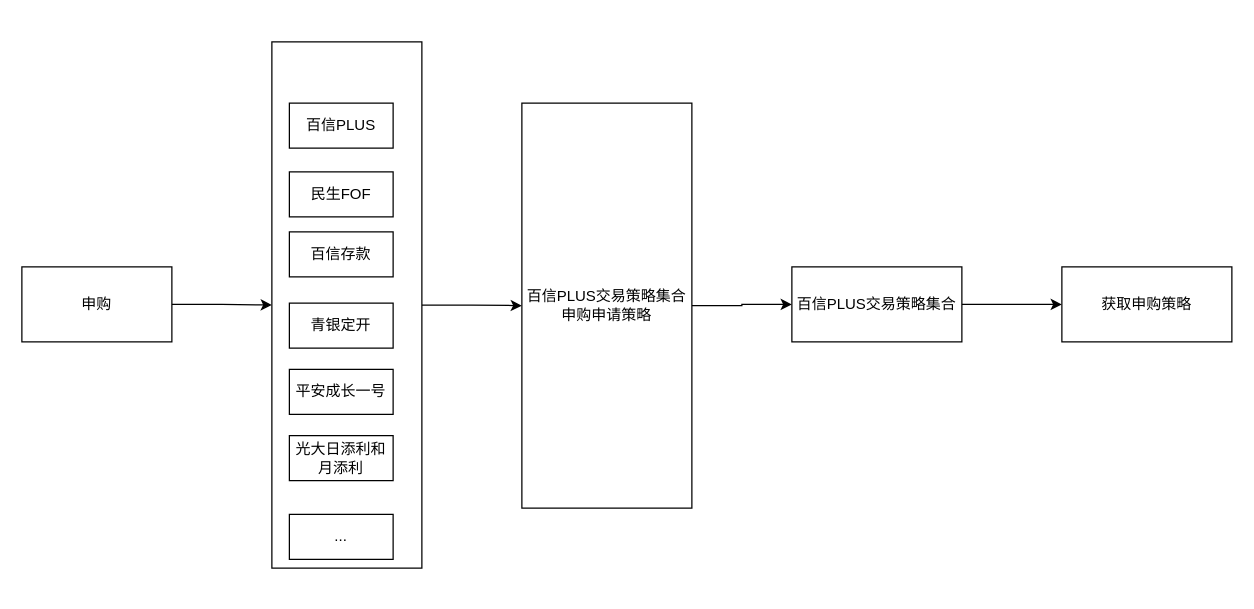
nsdifficult/DownloadWhilePlaying keeps this draw.io diagram as Untitled Diagram.drawio. Above is the earlier version. Source tidied: cells renumbered, new cells numbered last; positions are measured from the earlier drawing's top-left corner, leaving out a move shared by most shapes. Both pictures are drawn from the tidied source at 125%, with x=0, y=0 at pixel (21, 41).
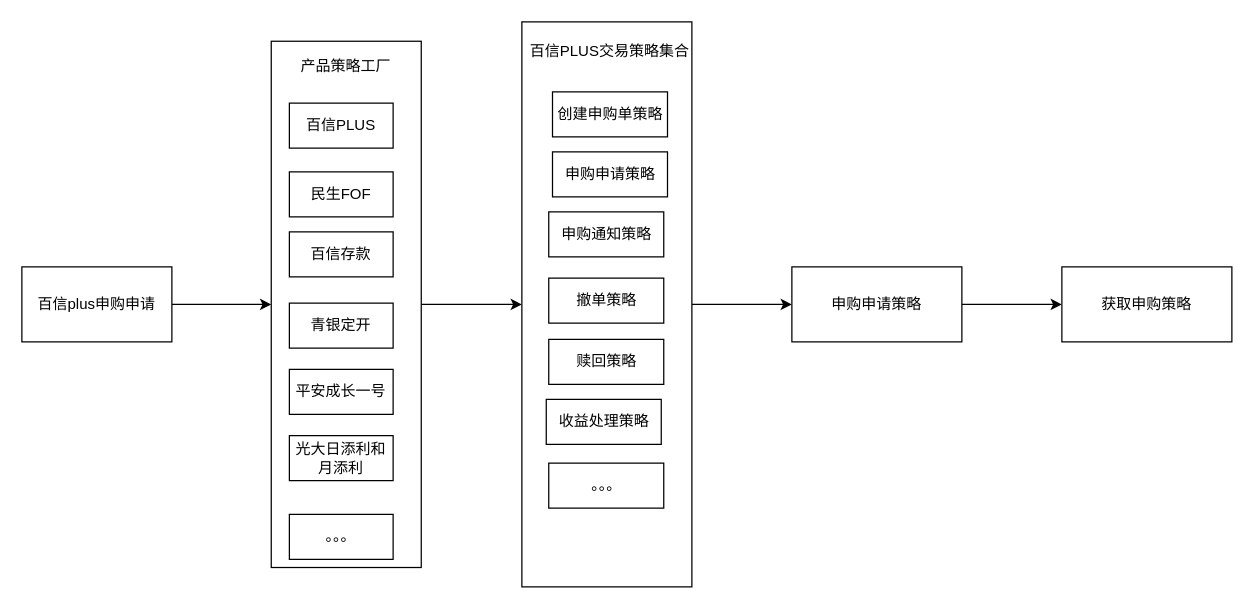
Above is the later version.

The edit, as a diff of the source:
```diff
@@
-    <mxCell id="3" value="申购" style="rounded=0;whiteSpace=wrap;html=1;" parent="1" vertex="1">
+    <mxCell id="3" value="百信plus申购申请" style="rounded=0;whiteSpace=wrap;html=1;" parent="1" vertex="1">
       <mxGeometry y="180" width="120" height="60" as="geometry" />
     </mxCell>
@@
     <mxCell id="5" style="whiteSpace=wrap;html=1;rounded=0;" parent="1" vertex="1">
-      <mxGeometry x="200" width="120" height="421" as="geometry" />
+      <mxGeometry x="199.5" y="-0.5" width="120" height="421" as="geometry" />
     </mxCell>
@@
-    <mxCell id="7" value="&lt;div&gt;百信PLUS交易策略集合&lt;/div&gt;&lt;div&gt;申购申请策略&lt;/div&gt;" style="whiteSpace=wrap;html=1;rounded=0;" parent="1" vertex="1">
-      <mxGeometry x="400" y="49" width="136" height="324" as="geometry" />
+    <mxCell id="7" value="&lt;div&gt;&lt;br&gt;&lt;/div&gt;&lt;div&gt;&lt;br&gt;&lt;/div&gt;" style="whiteSpace=wrap;html=1;rounded=0;" parent="1" vertex="1">
+      <mxGeometry x="400" y="-16" width="136" height="452" as="geometry" />
     </mxCell>
@@
-    <mxCell id="9" value="百信PLUS交易策略集合" style="whiteSpace=wrap;html=1;rounded=0;" parent="1" vertex="1">
+    <mxCell id="9" value="申购申请策略" style="whiteSpace=wrap;html=1;rounded=0;" parent="1" vertex="1">
       <mxGeometry x="616" y="180" width="136" height="60" as="geometry" />
     </mxCell>
@@
-    <mxCell id="17" value="..." style="rounded=0;whiteSpace=wrap;html=1;" parent="1" vertex="1">
+    <mxCell id="17" value="。。。" style="rounded=0;whiteSpace=wrap;html=1;" parent="1" vertex="1">
       <mxGeometry x="214" y="378" width="83" height="36" as="geometry" />
     </mxCell>
+    <mxCell id="18" value="产品策略工厂" style="text;html=1;strokeColor=none;fillColor=none;align=center;verticalAlign=middle;whiteSpace=wrap;rounded=0;" parent="1" vertex="1">
+      <mxGeometry x="214" y="10" width="91" height="20" as="geometry" />
+    </mxCell>
+    <mxCell id="19" value="&lt;div&gt;百信PLUS交易策略集合&lt;/div&gt;" style="text;html=1;strokeColor=none;fillColor=none;align=center;verticalAlign=middle;whiteSpace=wrap;rounded=0;" parent="1" vertex="1">
+      <mxGeometry x="405" y="-2" width="131" height="20" as="geometry" />
+    </mxCell>
+    <mxCell id="20" value="创建申购单策略" style="rounded=0;whiteSpace=wrap;html=1;" parent="1" vertex="1">
+      <mxGeometry x="424.5" y="40" width="92" height="36" as="geometry" />
+    </mxCell>
+    <mxCell id="21" value="申购申请策略" style="rounded=0;whiteSpace=wrap;html=1;" parent="1" vertex="1">
+      <mxGeometry x="424.5" y="88" width="92" height="36" as="geometry" />
+    </mxCell>
+    <mxCell id="22" value="申购通知策略" style="rounded=0;whiteSpace=wrap;html=1;" parent="1" vertex="1">
+      <mxGeometry x="421.5" y="136" width="92" height="36" as="geometry" />
+    </mxCell>
+    <mxCell id="23" value="撤单策略" style="rounded=0;whiteSpace=wrap;html=1;" parent="1" vertex="1">
+      <mxGeometry x="421.5" y="189" width="92" height="36" as="geometry" />
+    </mxCell>
+    <mxCell id="24" value="赎回策略" style="rounded=0;whiteSpace=wrap;html=1;" parent="1" vertex="1">
+      <mxGeometry x="421.5" y="238" width="92" height="36" as="geometry" />
+    </mxCell>
+    <mxCell id="25" value="收益处理策略" style="rounded=0;whiteSpace=wrap;html=1;" parent="1" vertex="1">
+      <mxGeometry x="419.5" y="286" width="92" height="36" as="geometry" />
+    </mxCell>
+    <mxCell id="26" value="。。。" style="rounded=0;whiteSpace=wrap;html=1;" parent="1" vertex="1">
+      <mxGeometry x="421.5" y="337" width="92" height="36" as="geometry" />
+    </mxCell>
```
